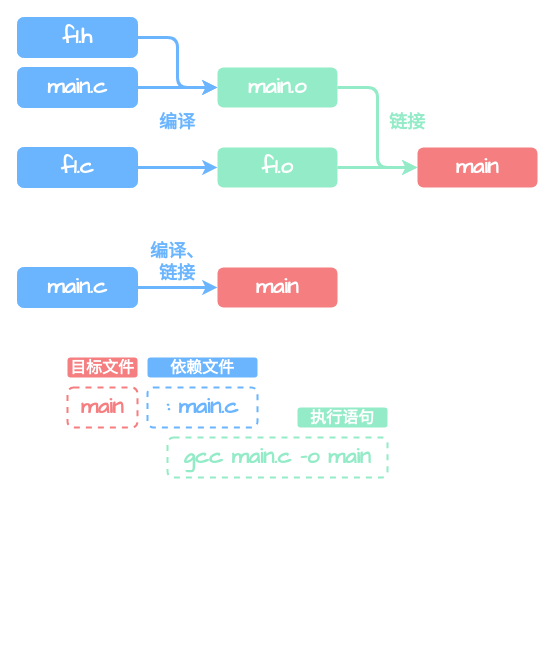
FerostMask/Jotting-Down keeps this draw.io diagram as C Program/drawio/Makefile.drawio. Above is the earlier version. Source tidied: cells renumbered, new cells numbered last; positions are measured from the earlier drawing's top-left corner, leaving out a move shared by most shapes. Both pictures are drawn from the tidied source at 100%, with x=0, y=0 at pixel (17, 17).
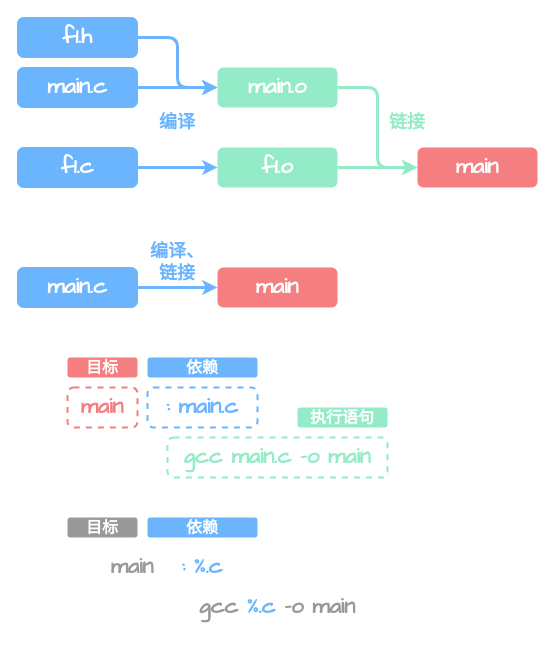
The same diagram, later.

Diff of the diagram source:
```diff
@@
-    <mxCell id="22" value="目标文件" style="text;html=1;strokeColor=none;fillColor=#F57E80;align=center;verticalAlign=middle;whiteSpace=wrap;rounded=1;fontSize=16;fontFamily=HYYouYuan;fontColor=#FFFFFF;fontStyle=1;" parent="1" vertex="1">
+    <mxCell id="22" value="目标" style="text;html=1;strokeColor=none;fillColor=#F57E80;align=center;verticalAlign=middle;whiteSpace=wrap;rounded=1;fontSize=16;fontFamily=HYYouYuan;fontColor=#FFFFFF;fontStyle=1;" parent="1" vertex="1">
       <mxGeometry x="50" y="340" width="70" height="20" as="geometry" />
     </mxCell>
-    <mxCell id="23" value="依赖文件" style="text;html=1;strokeColor=none;fillColor=#6BB5FF;align=center;verticalAlign=middle;whiteSpace=wrap;rounded=1;fontSize=16;fontFamily=HYYouYuan;fontColor=#FFFFFF;fontStyle=1;" parent="1" vertex="1">
+    <mxCell id="23" value="依赖" style="text;html=1;strokeColor=none;fillColor=#6BB5FF;align=center;verticalAlign=middle;whiteSpace=wrap;rounded=1;fontSize=16;fontFamily=HYYouYuan;fontColor=#FFFFFF;fontStyle=1;" parent="1" vertex="1">
       <mxGeometry x="130" y="340" width="110" height="20" as="geometry" />
     </mxCell>
@@
+    <mxCell id="25" value=": %.c" style="rounded=1;whiteSpace=wrap;html=1;fillColor=none;strokeColor=none;fontStyle=1;fontFamily=Comic Sans MS;fontSize=22;fontColor=#6BB5FF;dashed=1;strokeWidth=2;" parent="1" vertex="1">
+      <mxGeometry x="130" y="530" width="110" height="40" as="geometry" />
+    </mxCell>
+    <mxCell id="26" value="main" style="rounded=1;whiteSpace=wrap;html=1;fillColor=none;strokeColor=none;fontStyle=1;fontFamily=Comic Sans MS;fontSize=22;fontColor=#999999;dashed=1;strokeWidth=2;" parent="1" vertex="1">
+      <mxGeometry x="80" y="530" width="70" height="40" as="geometry" />
+    </mxCell>
+    <mxCell id="27" value="gcc &lt;font color=&quot;#6bb5ff&quot;&gt;%.c&lt;/font&gt; -o main" style="rounded=1;whiteSpace=wrap;html=1;fillColor=none;strokeColor=none;fontStyle=1;fontFamily=Comic Sans MS;fontSize=22;fontColor=#999999;dashed=1;strokeWidth=2;" parent="1" vertex="1">
+      <mxGeometry x="150" y="570" width="220" height="40" as="geometry" />
+    </mxCell>
+    <mxCell id="28" value="目标" style="text;html=1;strokeColor=none;fillColor=#999999;align=center;verticalAlign=middle;whiteSpace=wrap;rounded=1;fontSize=16;fontFamily=HYYouYuan;fontColor=#FFFFFF;fontStyle=1;" parent="1" vertex="1">
+      <mxGeometry x="50" y="500" width="70" height="20" as="geometry" />
+    </mxCell>
+    <mxCell id="29" value="依赖" style="text;html=1;strokeColor=none;fillColor=#6BB5FF;align=center;verticalAlign=middle;whiteSpace=wrap;rounded=1;fontSize=16;fontFamily=HYYouYuan;fontColor=#FFFFFF;fontStyle=1;" parent="1" vertex="1">
+      <mxGeometry x="130" y="500" width="110" height="20" as="geometry" />
+    </mxCell>
```
